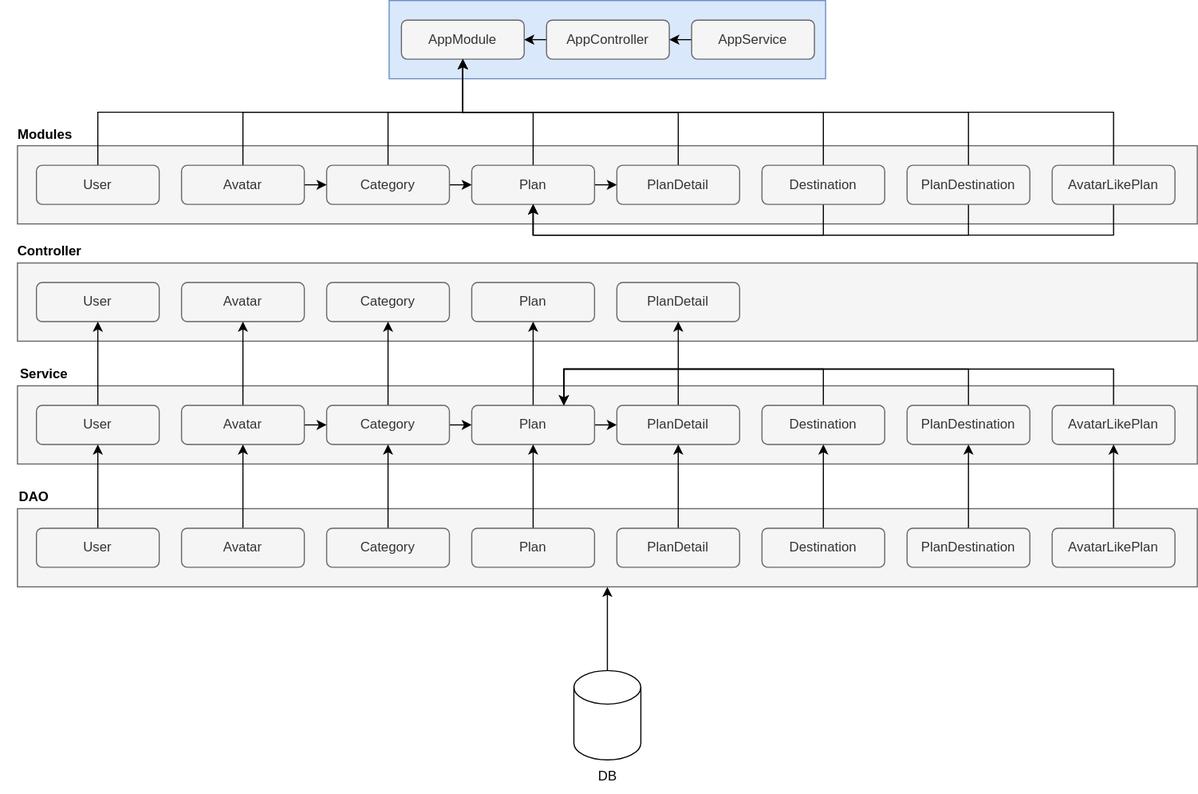
Before: docs/structure.drawio.svg, a diagram exported from draw.io (tripwith-dev/rest-nestjs). Source tidied: cells renumbered, new cells last; positions are measured from the earlier drawing's top-left corner, leaving out a move shared by most shapes.
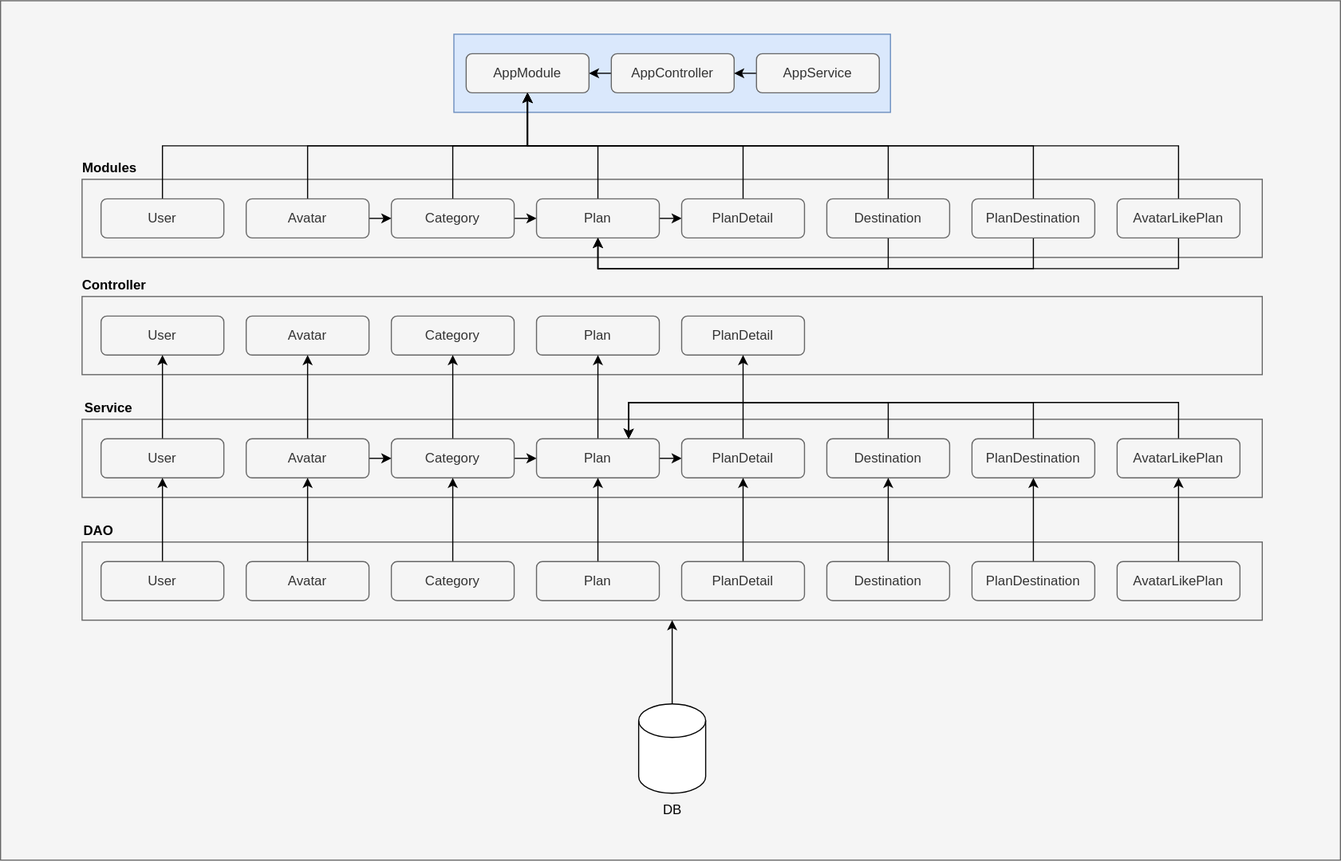
Later version of the same file.

What changed in the source:
```diff
@@ -2,6 +2,9 @@
   <root>
     <mxCell id="0" />
     <mxCell id="1" parent="0" />
+    <mxCell id="81" style="rounded=0;whiteSpace=wrap;html=1;fillColor=#f5f5f5;fontColor=#333333;strokeColor=#666666;" parent="1" vertex="1">
+      <mxGeometry x="-58" y="-30" width="1200" height="770" as="geometry" />
+    </mxCell>
     <mxCell id="2" style="rounded=0;whiteSpace=wrap;html=1;fillColor=#dae8fc;strokeColor=#6c8ebf;" parent="1" vertex="1">
       <mxGeometry x="348" width="391" height="70" as="geometry" />
     </mxCell>
```
